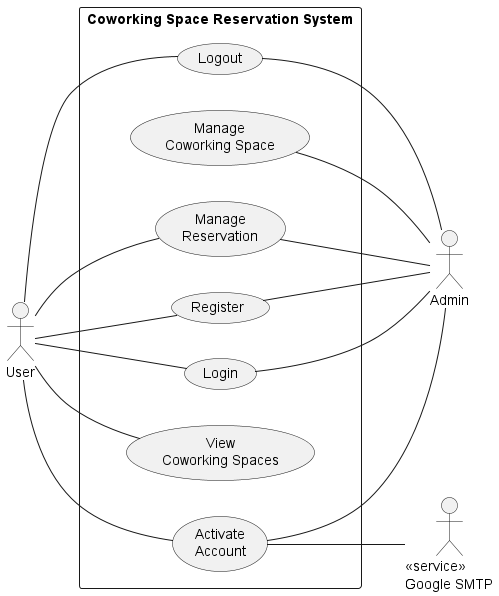
SupanutT/sw-dev-prac-project keeps this PlantUML diagram as doc/Use Case Diagram/Coworking Space Reservation System Use Case Diagram.png. Above is the earlier version.
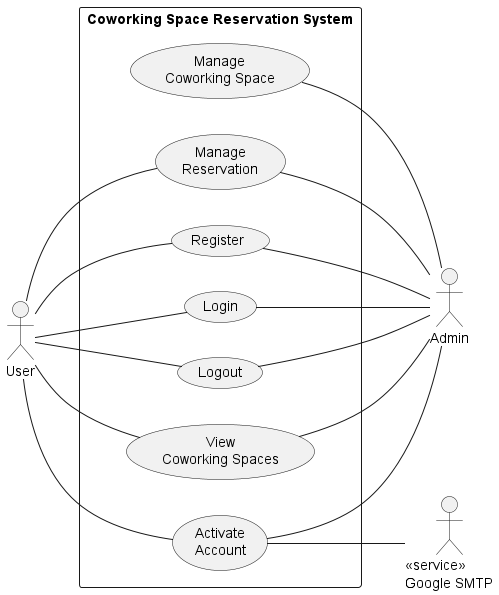
The same diagram one commit later.

Commit message:
fix : use case diagram

The edit, as a diff of the source:
```diff
@@ -25,6 +25,7 @@
 activateAccount -- admin
 manageReservation -- admin
 manageCoworkingSpace -- admin
+viewCoworkingSpaces -- admin
 
 actor "<<service>>\nGoogle SMTP" as smtp
 activateAccount -- smtp
```
